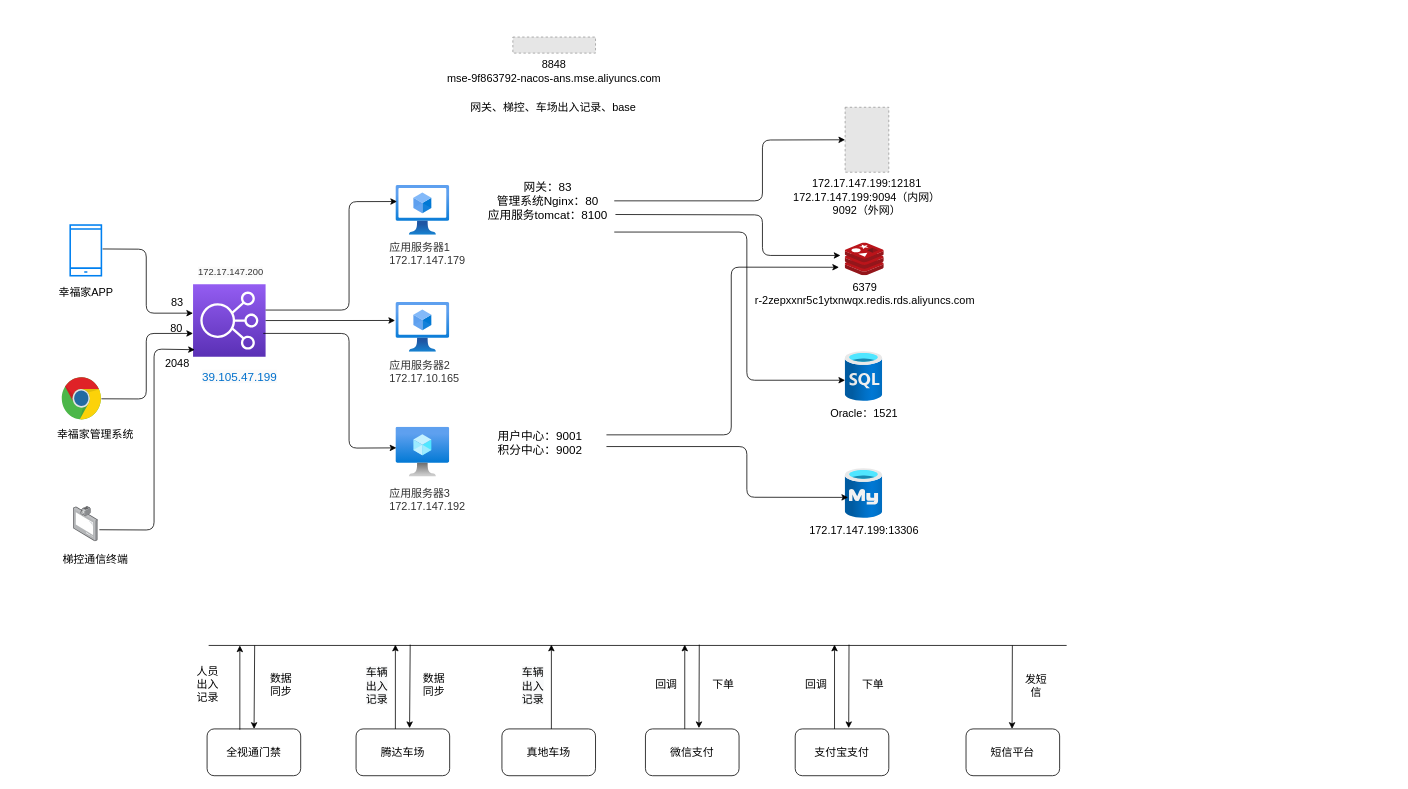
The draw.io diagram page "幸福家社区" (4 of 4) of heng_community.drawio in jeffmacn/myjava, before the edit. Source tidied: cells renumbered, new cells numbered last; positions are measured from the earlier drawing's top-left corner, leaving out a move shared by most shapes. Both pictures are drawn from the tidied source at 78%, with x=0, y=0 at pixel (43, 37). Pictures stored in the file or linked from it are replaced by grey dashed boxes.
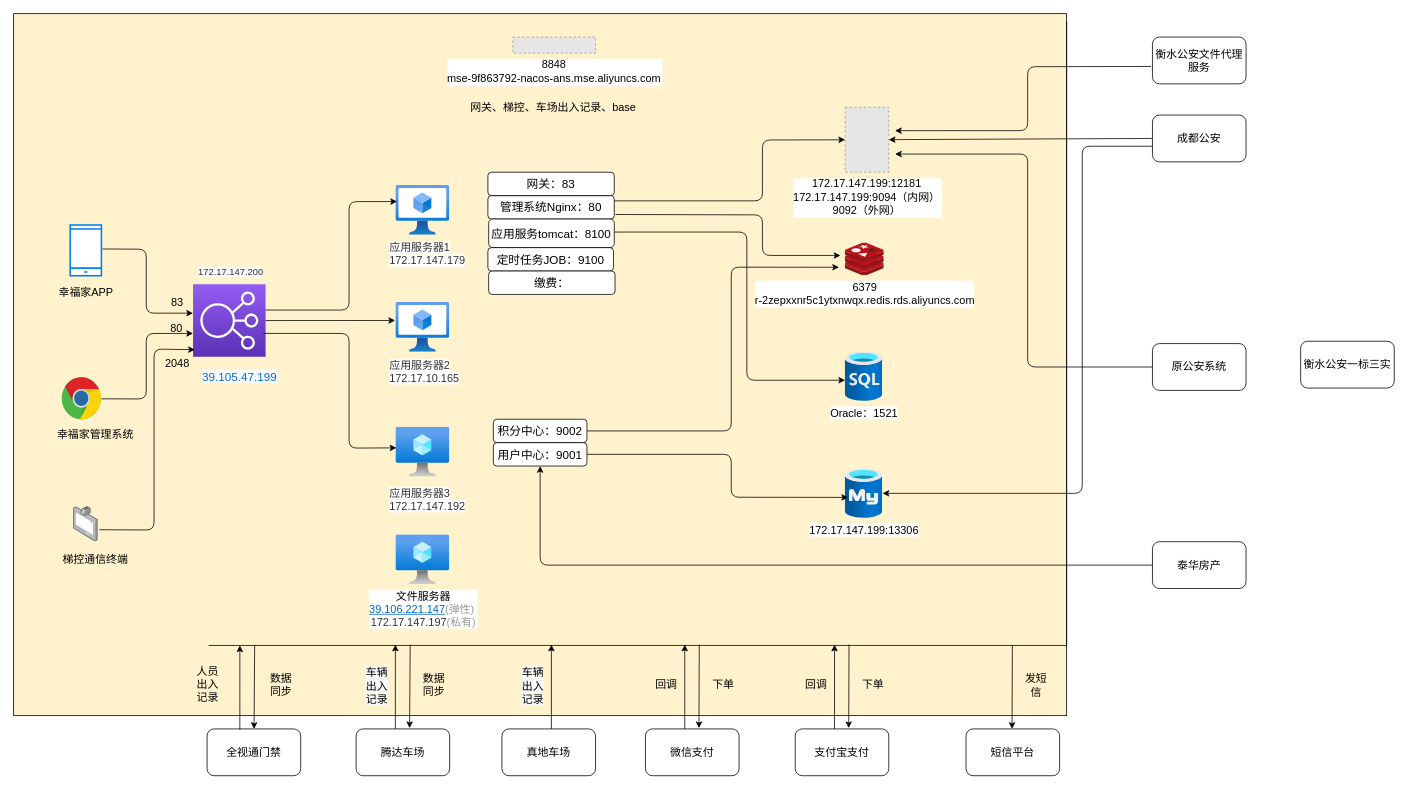
Above is the later version.

The change refers to these unchanged cells:
```xml
<mxCell id="10" value="172.17.147.199:13306" style="html=1;points=[];align=center;image;fontSize=14;image=img/lib/azure2/databases/Azure_Database_MySQL_Server.svg;" parent="1" vertex="1">
  <mxGeometry x="1028" y="553" width="48" height="64" as="geometry" />
</mxCell>
<mxCell id="12" value="6379&lt;br&gt;r-2zepxxnr5c1ytxnwqx.redis.rds.aliyuncs.com" style="html=1;points=[];align=center;image;fontSize=14;image=img/lib/mscae/Cache_Redis_Product.svg;" parent="1" vertex="1">
  <mxGeometry x="1028" y="264" width="50" height="42" as="geometry" />
</mxCell>
<mxCell id="13" value="172.17.147.199:12181&#10;172.17.147.199:9094（内网）&#10;9092（外网）" style="fillColor=#E6E6E6;strokeColor=#999999;dashed=1;verticalLabelPosition=bottom;labelBackgroundColor=#ffffff;verticalAlign=top;fontSize=14;" parent="1" vertex="1">
  <mxGeometry x="1028" y="90" width="56" height="83.3" as="geometry" />
</mxCell>
```

What changed in the source:
```diff
@@
+    <mxCell id="66" style="rounded=0;whiteSpace=wrap;html=1;fontFamily=Helvetica;fontSize=14;fillColor=#FFF2CC;" parent="1" vertex="1">
+      <mxGeometry x="-38" y="-30" width="1350" height="900" as="geometry" />
+    </mxCell>
@@
-    <mxCell id="36" value="网关：83&lt;br&gt;管理系统Nginx：80&lt;br&gt;应用服务tomcat：8100" style="text;html=1;strokeColor=none;fillColor=none;align=center;verticalAlign=middle;whiteSpace=wrap;rounded=0;fontFamily=Helvetica;fontSize=15;" parent="1" vertex="1">
-      <mxGeometry x="562" y="200" width="170" height="20" as="geometry" />
-    </mxCell>
-    <mxCell id="37" style="endArrow=classic;html=1;fontFamily=Helvetica;fontSize=15;exitX=1;exitY=0.5;exitDx=0;exitDy=0;" parent="1" edge="1" source="36" target="13">
+    <mxCell id="37" style="endArrow=classic;html=1;fontFamily=Helvetica;fontSize=15;exitX=1;exitY=0.5;exitDx=0;exitDy=0;" parent="1" edge="1" target="13">
       <mxGeometry relative="1" as="geometry">
+        <mxPoint x="732" y="210" as="sourcePoint" />
         <Array as="points">
           <mxPoint x="922" y="210" />
           <mxPoint x="922" y="132" />
         </Array>
       </mxGeometry>
     </mxCell>
-    <mxCell id="38" style="endArrow=classic;html=1;fontFamily=Helvetica;fontSize=15;exitX=1.009;exitY=1.375;exitDx=0;exitDy=0;exitPerimeter=0;" parent="1" edge="1" source="36">
+    <mxCell id="38" style="endArrow=classic;html=1;fontFamily=Helvetica;fontSize=15;exitX=1.009;exitY=1.375;exitDx=0;exitDy=0;exitPerimeter=0;" parent="1" edge="1">
       <mxGeometry relative="1" as="geometry">
+        <mxPoint x="733.5" y="227.5" as="sourcePoint" />
         <mxPoint x="1022" y="280" as="targetPoint" />
         <Array as="points">
           <mxPoint x="922" y="228" />
           <mxPoint x="922" y="280" />
         </Array>
       </mxGeometry>
     </mxCell>
@@
-    <mxCell id="40" value="用户中心：9001&lt;br&gt;积分中心：9002" style="text;html=1;strokeColor=none;fillColor=none;align=center;verticalAlign=middle;whiteSpace=wrap;rounded=0;fontFamily=Helvetica;fontSize=15;" parent="1" vertex="1">
-      <mxGeometry x="552" y="510" width="170" height="20" as="geometry" />
-    </mxCell>
@@
-    <mxCell id="64" style="endArrow=classic;html=1;fontFamily=Helvetica;fontSize=14;exitX=1;exitY=0.75;exitDx=0;exitDy=0;entryX=0.08;entryY=0.581;entryDx=0;entryDy=0;entryPerimeter=0;" parent="1" edge="1" source="40" target="10">
+    <mxCell id="64" style="endArrow=classic;html=1;fontFamily=Helvetica;fontSize=14;exitX=1;exitY=0.5;exitDx=0;exitDy=0;entryX=0.08;entryY=0.581;entryDx=0;entryDy=0;entryPerimeter=0;" parent="1" edge="1" source="80" target="10">
       <mxGeometry relative="1" as="geometry">
         <Array as="points">
-          <mxPoint x="902" y="525" />
-          <mxPoint x="902" y="590" />
+          <mxPoint x="882" y="535" />
+          <mxPoint x="882" y="590" />
         </Array>
       </mxGeometry>
     </mxCell>
-    <mxCell id="65" style="endArrow=classic;html=1;fontFamily=Helvetica;fontSize=14;entryX=-0.157;entryY=0.742;entryDx=0;entryDy=0;entryPerimeter=0;exitX=1;exitY=0;exitDx=0;exitDy=0;" parent="1" edge="1" source="40" target="12">
+    <mxCell id="65" style="endArrow=classic;html=1;fontFamily=Helvetica;fontSize=14;entryX=-0.157;entryY=0.742;entryDx=0;entryDy=0;entryPerimeter=0;exitX=1;exitY=0.5;exitDx=0;exitDy=0;" parent="1" edge="1" source="79" target="12">
       <mxGeometry relative="1" as="geometry">
         <Array as="points">
-          <mxPoint x="882" y="510" />
+          <mxPoint x="882" y="505" />
           <mxPoint x="882" y="295" />
         </Array>
       </mxGeometry>
     </mxCell>
+    <mxCell id="67" value="文件服务器&lt;br style=&quot;font-size: 14px;&quot;&gt;&lt;p class=&quot;ng-scope&quot; style=&quot;box-sizing: border-box; margin: 0px; color: rgb(51, 51, 51); font-size: 14px;&quot;&gt;&lt;span class=&quot;ng-isolate-scope&quot; style=&quot;box-sizing: border-box; font-size: 14px;&quot;&gt;&lt;a target=&quot;_blank&quot; href=&quot;https://vpcnext.console.aliyun.com/eip/#/eip/cn-beijing?queryKey=AllocationId&amp;amp;queryValue=eip-2ze999lpqguwm69ppwvfx&quot; class=&quot;ng-scope ng-binding&quot; style=&quot;box-sizing: border-box; background: transparent; color: rgb(0, 102, 204); cursor: pointer; font-size: 14px;&quot;&gt;39.106.221.147&lt;/a&gt;&lt;/span&gt;&lt;span class=&quot;text-muted&quot; style=&quot;box-sizing: border-box; color: rgb(153, 153, 153); font-size: 14px;&quot;&gt;(弹性)&lt;/span&gt;&lt;span class=&quot;ng-isolate-scope&quot; style=&quot;box-sizing: border-box; font-size: 14px;&quot;&gt;&lt;span class=&quot;text-muted text-size-14 hide-visibility&quot; title=&quot;复制到剪贴板&quot; style=&quot;box-sizing: border-box; color: rgb(153, 153, 153); font-size: 14px; visibility: hidden; cursor: pointer; padding: 0px 2px;&quot;&gt;&lt;span class=&quot;icon-buy-image&quot; style=&quot;box-sizing: border-box; speak: none; line-height: 1; font-family: important; font-size: 14px;&quot;&gt;&lt;/span&gt;&lt;/span&gt;&lt;/span&gt;&lt;/p&gt;&lt;p class=&quot;ng-scope ng-binding&quot; style=&quot;box-sizing: border-box; margin: 0px; color: rgb(51, 51, 51); font-size: 14px;&quot;&gt;172.17.147.197&lt;span class=&quot;text-muted&quot; style=&quot;box-sizing: border-box; color: rgb(153, 153, 153); font-size: 14px;&quot;&gt;(私有)&lt;/span&gt;&lt;/p&gt;" style="html=1;align=center;image;fontSize=14;image=img/lib/azure2/compute/Virtual_Machine.svg;" parent="1" vertex="1">
+      <mxGeometry x="452" y="638" width="69" height="64" as="geometry" />
+    </mxCell>
+    <mxCell id="68" style="endArrow=none;html=1;fontFamily=Helvetica;fontSize=14;" parent="1" edge="1">
+      <mxGeometry relative="1" as="geometry">
+        <mxPoint x="1312" y="782.3" as="sourcePoint" />
+        <mxPoint x="1312" y="-20" as="targetPoint" />
+      </mxGeometry>
+    </mxCell>
+    <mxCell id="69" style="endArrow=classic;html=1;fontFamily=Helvetica;fontSize=14;" parent="1" edge="1" target="13">
+      <mxGeometry relative="1" as="geometry">
+        <mxPoint x="1422" y="130" as="sourcePoint" />
+      </mxGeometry>
+    </mxCell>
+    <mxCell id="70" value="成都公安" style="rounded=1;whiteSpace=wrap;html=1;fontFamily=Helvetica;fontSize=14;" parent="1" vertex="1">
+      <mxGeometry x="1422" y="100" width="120" height="60" as="geometry" />
+    </mxCell>
+    <mxCell id="71" value="衡水公安文件代理服务" style="rounded=1;whiteSpace=wrap;html=1;fontFamily=Helvetica;fontSize=14;" parent="1" vertex="1">
+      <mxGeometry x="1422" width="120" height="60" as="geometry" />
+    </mxCell>
+    <mxCell id="72" style="endArrow=classic;html=1;fontFamily=Helvetica;fontSize=14;exitX=-0.015;exitY=0.628;exitDx=0;exitDy=0;exitPerimeter=0;" parent="1" edge="1" source="71">
+      <mxGeometry relative="1" as="geometry">
+        <mxPoint x="1092" y="120" as="targetPoint" />
+        <Array as="points">
+          <mxPoint x="1262" y="38" />
+          <mxPoint x="1262" y="120" />
+        </Array>
+      </mxGeometry>
+    </mxCell>
+    <mxCell id="73" style="endArrow=classic;html=1;fontFamily=Helvetica;fontSize=14;" parent="1" edge="1" target="10">
+      <mxGeometry relative="1" as="geometry">
+        <mxPoint x="1422" y="140" as="sourcePoint" />
+        <Array as="points">
+          <mxPoint x="1332" y="140" />
+          <mxPoint x="1332" y="585" />
+        </Array>
+      </mxGeometry>
+    </mxCell>
+    <mxCell id="74" value="原公安系统" style="rounded=1;whiteSpace=wrap;html=1;fontFamily=Helvetica;fontSize=14;" parent="1" vertex="1">
+      <mxGeometry x="1422" y="393" width="120" height="60" as="geometry" />
+    </mxCell>
+    <mxCell id="75" value="衡水公安一标三实" style="rounded=1;whiteSpace=wrap;html=1;fontFamily=Helvetica;fontSize=14;" parent="1" vertex="1">
+      <mxGeometry x="1612" y="390" width="120" height="60" as="geometry" />
+    </mxCell>
+    <mxCell id="76" style="endArrow=classic;html=1;fontFamily=Helvetica;fontSize=14;exitX=0;exitY=0.5;exitDx=0;exitDy=0;" parent="1" edge="1" source="74">
+      <mxGeometry relative="1" as="geometry">
+        <mxPoint x="1092" y="150" as="targetPoint" />
+        <Array as="points">
+          <mxPoint x="1262" y="423" />
+          <mxPoint x="1262" y="150" />
+        </Array>
+      </mxGeometry>
+    </mxCell>
+    <mxCell id="77" value="泰华房产" style="rounded=1;whiteSpace=wrap;html=1;fontFamily=Helvetica;fontSize=14;fillColor=#FFFFFF;" parent="1" vertex="1">
+      <mxGeometry x="1422" y="647" width="120" height="60" as="geometry" />
+    </mxCell>
+    <mxCell id="78" style="endArrow=classic;html=1;fontFamily=Helvetica;fontSize=14;exitX=0;exitY=0.5;exitDx=0;exitDy=0;" parent="1" edge="1" source="77" target="80">
+      <mxGeometry relative="1" as="geometry">
+        <Array as="points">
+          <mxPoint x="637" y="677" />
+        </Array>
+      </mxGeometry>
+    </mxCell>
+    <mxCell id="79" value="&lt;span style=&quot;font-size: 15px&quot;&gt;积分中心：9002&lt;/span&gt;" style="rounded=1;whiteSpace=wrap;html=1;fillColor=#FFFFFF;fontFamily=Helvetica;fontSize=14;" parent="1" vertex="1">
+      <mxGeometry x="577" y="490" width="120" height="30" as="geometry" />
+    </mxCell>
+    <mxCell id="80" value="&lt;span style=&quot;font-size: 15px&quot;&gt;用户中心：9001&lt;/span&gt;" style="rounded=1;whiteSpace=wrap;html=1;fillColor=#FFFFFF;fontFamily=Helvetica;fontSize=14;" parent="1" vertex="1">
+      <mxGeometry x="577" y="520" width="120" height="30" as="geometry" />
+    </mxCell>
+    <mxCell id="81" value="&lt;span style=&quot;font-size: 15px&quot;&gt;管理系统Nginx：80&lt;/span&gt;" style="rounded=1;whiteSpace=wrap;html=1;fillColor=#FFFFFF;fontFamily=Helvetica;fontSize=14;" parent="1" vertex="1">
+      <mxGeometry x="570" y="203.3" width="162" height="30" as="geometry" />
+    </mxCell>
+    <mxCell id="82" value="&lt;span style=&quot;font-size: 15px&quot;&gt;应用服务tomcat：8100&lt;/span&gt;" style="rounded=1;whiteSpace=wrap;html=1;fillColor=#FFFFFF;fontFamily=Helvetica;fontSize=14;" parent="1" vertex="1">
+      <mxGeometry x="571" y="233.3" width="161" height="36.7" as="geometry" />
+    </mxCell>
+    <mxCell id="83" value="&lt;span style=&quot;font-size: 15px&quot;&gt;网关：83&lt;/span&gt;" style="rounded=1;whiteSpace=wrap;html=1;fillColor=#FFFFFF;fontFamily=Helvetica;fontSize=14;" parent="1" vertex="1">
+      <mxGeometry x="570" y="173.3" width="162" height="30" as="geometry" />
+    </mxCell>
+    <mxCell id="84" value="&lt;span style=&quot;font-size: 15px&quot;&gt;定时任务JOB：9100&lt;/span&gt;" style="rounded=1;whiteSpace=wrap;html=1;fillColor=#FFFFFF;fontFamily=Helvetica;fontSize=14;" parent="1" vertex="1">
+      <mxGeometry x="570" y="270" width="161" height="30" as="geometry" />
+    </mxCell>
+    <mxCell id="85" value="&lt;span style=&quot;font-size: 15px&quot;&gt;缴费：&lt;/span&gt;" style="rounded=1;whiteSpace=wrap;html=1;fillColor=#FFFFFF;fontFamily=Helvetica;fontSize=14;" parent="1" vertex="1">
+      <mxGeometry x="571" y="300" width="162" height="30" as="geometry" />
+    </mxCell>
```
